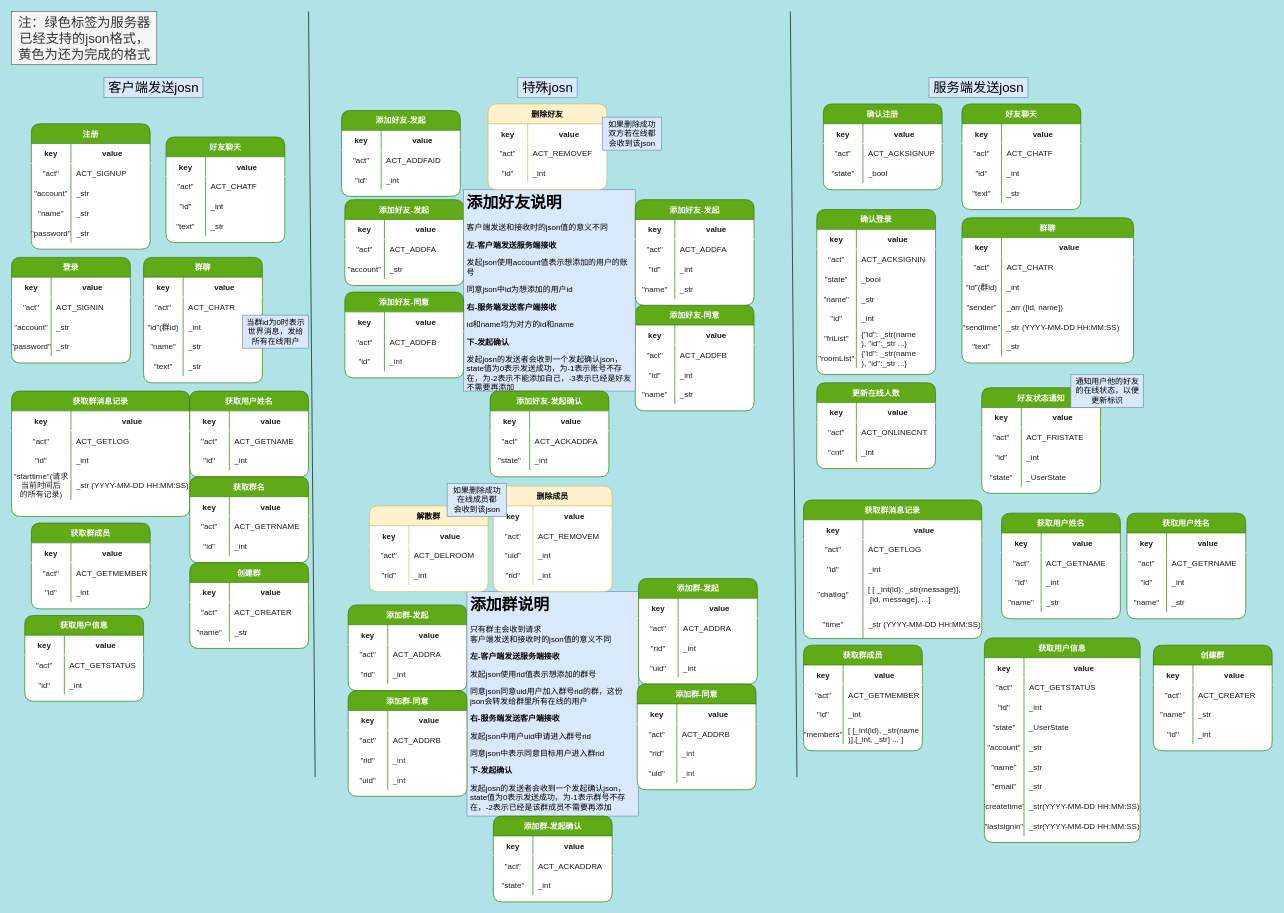
Above: json类型约定.drawio in leo-zhang-git/Gchatpro-file (draw.io), before the change. Source tidied: cells renumbered, new cells numbered last; positions are measured from the earlier drawing's top-left corner, leaving out a move shared by most shapes. Both pictures are drawn from the tidied source at 66%, with x=0, y=0 at pixel (11, 11).
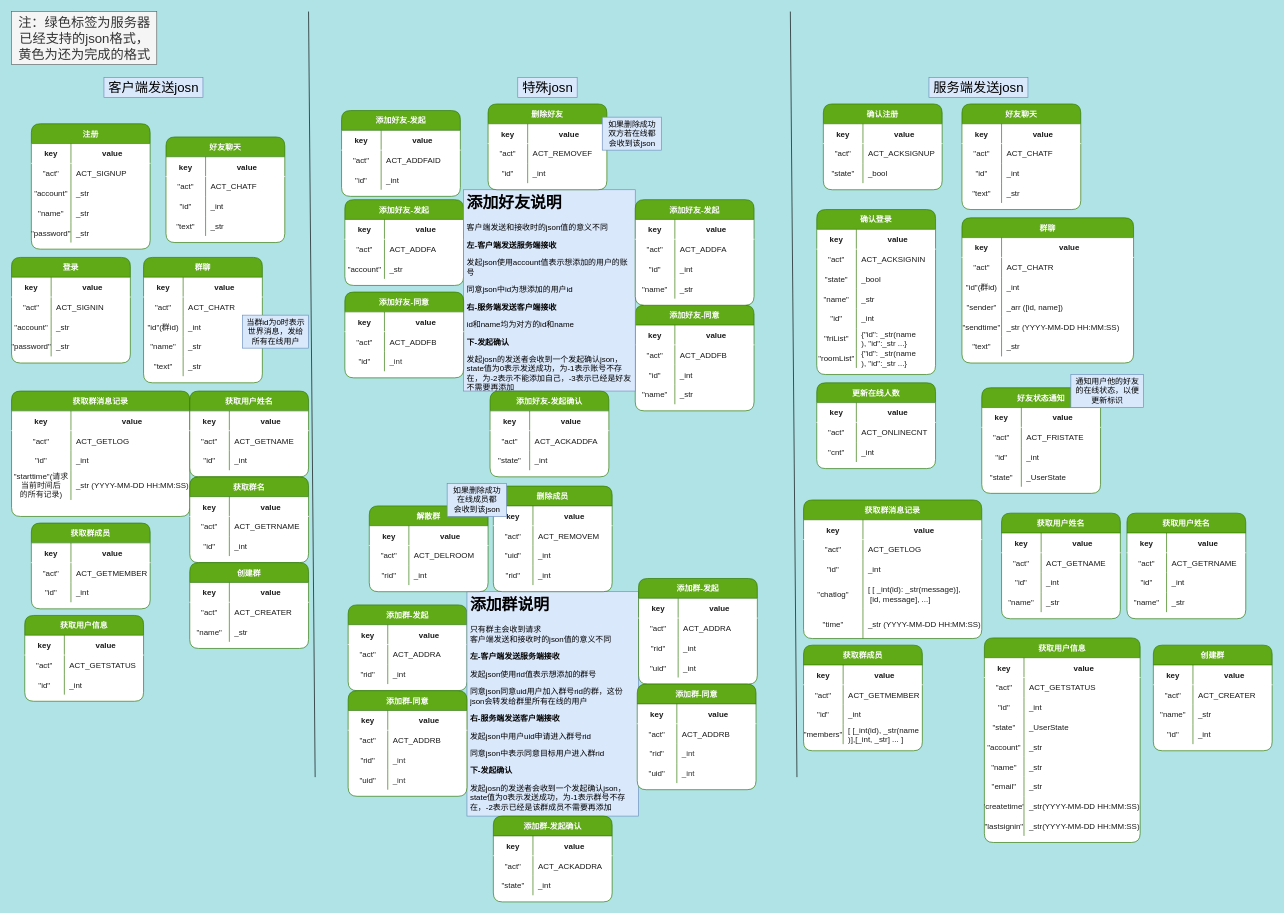
The same diagram, later.

Diff of the diagram source:
```diff
@@
-    <mxCell id="114" value="删除好友" style="shape=table;startSize=30;childLayout=tableLayout;rowLines=0;fontStyle=1;align=center;rounded=1;shadow=0;fillColor=#fff2cc;strokeColor=#d6b656;flipH=1;flipV=0;swimlaneFillColor=default;" parent="1" vertex="1">
+    <mxCell id="114" value="删除好友" style="shape=table;startSize=30;childLayout=tableLayout;rowLines=0;fontStyle=1;align=center;rounded=1;shadow=0;fillColor=#60a917;strokeColor=#2D7600;flipH=1;flipV=0;swimlaneFillColor=default;fontColor=#ffffff;" parent="1" vertex="1">
       <mxGeometry x="722" y="140" width="180" height="130" as="geometry" />
     </mxCell>
@@
-    <mxCell id="452" value="删除成员" style="shape=table;startSize=30;childLayout=tableLayout;rowLines=0;fontStyle=1;align=center;rounded=1;shadow=0;fillColor=#fff2cc;strokeColor=#d6b656;flipH=1;flipV=0;swimlaneFillColor=default;" parent="1" vertex="1">
+    <mxCell id="452" value="删除成员" style="shape=table;startSize=30;childLayout=tableLayout;rowLines=0;fontStyle=1;align=center;rounded=1;shadow=0;fillColor=#60a917;strokeColor=#2D7600;flipH=1;flipV=0;swimlaneFillColor=default;fontColor=#ffffff;" parent="1" vertex="1">
       <mxGeometry x="730" y="719" width="180" height="160" as="geometry" />
     </mxCell>
@@
-    <mxCell id="465" value="解散群" style="shape=table;startSize=30;childLayout=tableLayout;rowLines=0;fontStyle=1;align=center;rounded=1;shadow=0;fillColor=#fff2cc;strokeColor=#d6b656;flipH=1;flipV=0;swimlaneFillColor=default;" parent="1" vertex="1">
+    <mxCell id="465" value="解散群" style="shape=table;startSize=30;childLayout=tableLayout;rowLines=0;fontStyle=1;align=center;rounded=1;shadow=0;fillColor=#60a917;strokeColor=#2D7600;flipH=1;flipV=0;swimlaneFillColor=default;fontColor=#ffffff;" parent="1" vertex="1">
       <mxGeometry x="542" y="749" width="180" height="130" as="geometry" />
     </mxCell>
```
